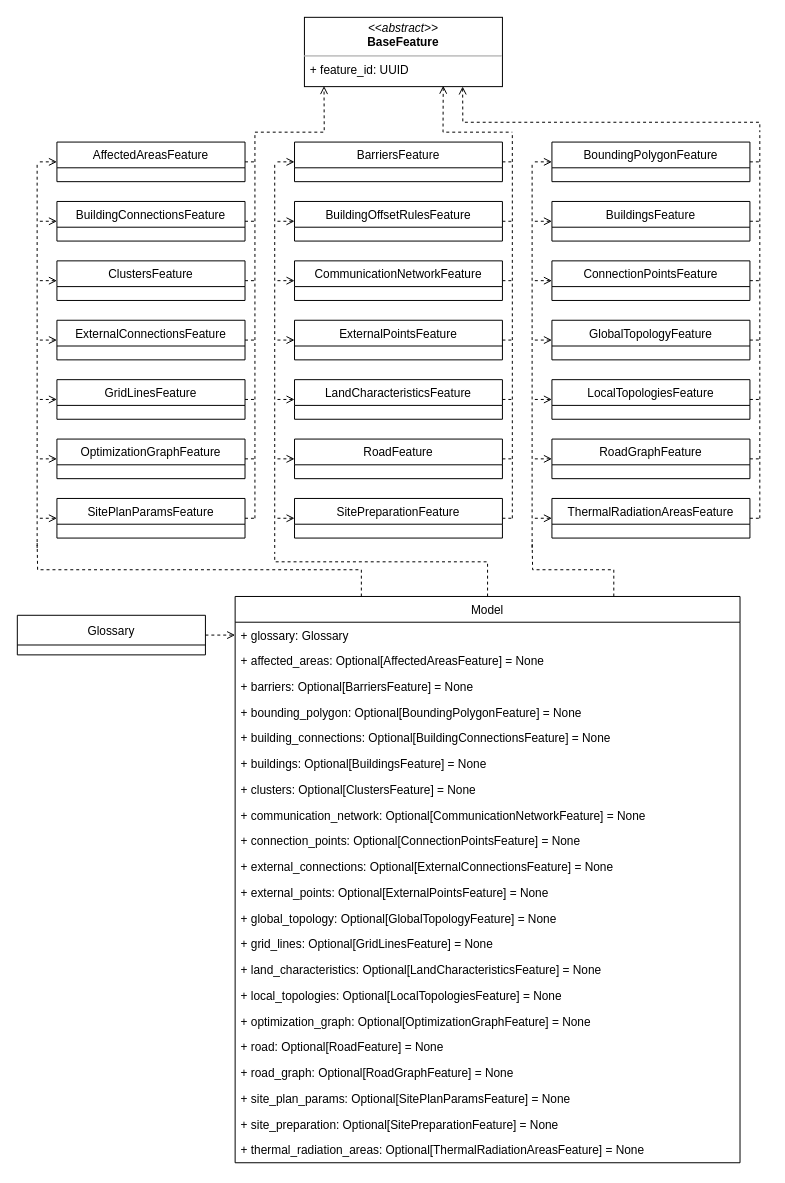
The draw.io diagram master/sources/diploma/implementation/diagrams/model/classes.drawio in stalker-fc/diploma, before the edit. Source tidied: cells renumbered, new cells numbered last; positions are measured from the earlier drawing's top-left corner, leaving out a move shared by most shapes. Both pictures are drawn from the tidied source at 99%, with x=0, y=0 at pixel (17, 17).
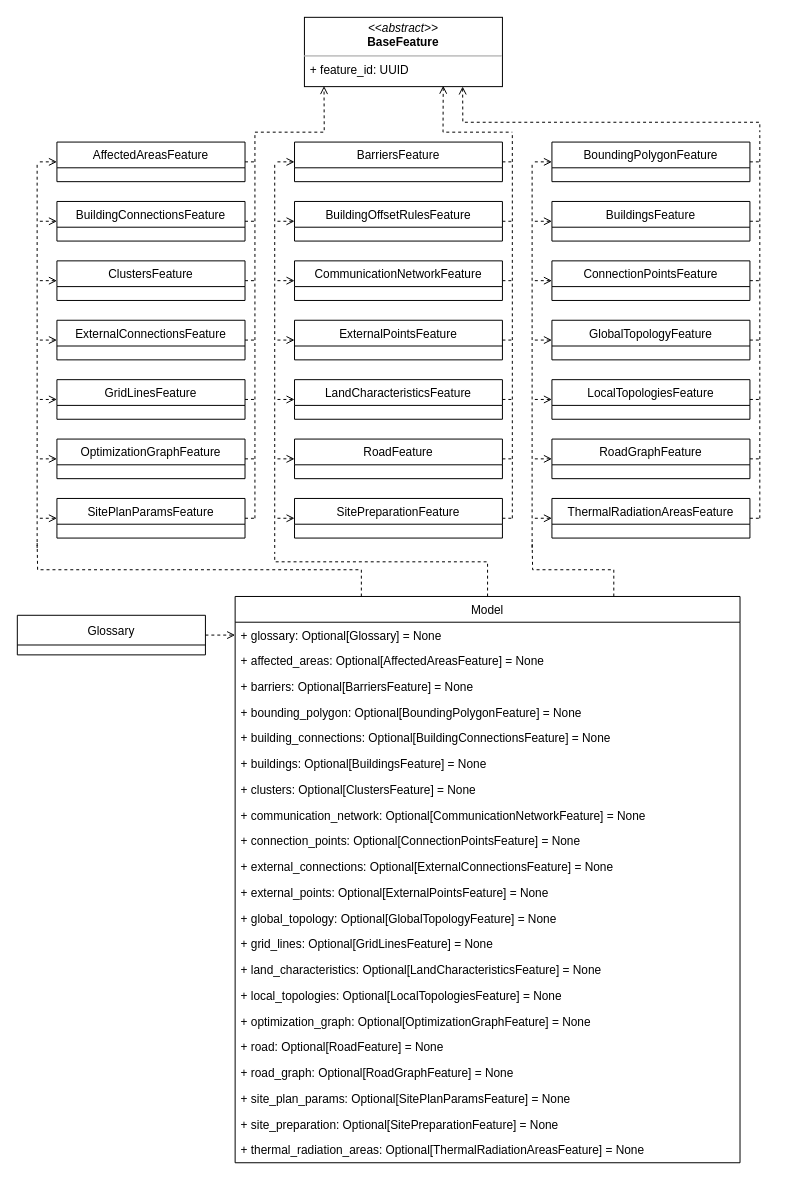
Above is the later version.

Unchanged cells that the change refers to:
```xml
<mxCell id="24" value="Model" style="swimlane;fontStyle=0;horizontal=1;startSize=26;fillColor=none;fontSize=12;" parent="1" vertex="1">
  <mxGeometry x="220" y="585" width="510" height="572" as="geometry" />
</mxCell>
```

The edit, as a diff of the source:
```diff
@@
-    <mxCell id="25" value="+ glossary: Glossary" style="text;strokeColor=none;fillColor=none;align=left;verticalAlign=top;spacingLeft=4;spacingRight=4;overflow=hidden;points=[[0,0.5],[1,0.5]];portConstraint=eastwest;fontSize=12;" parent="24" vertex="1">
+    <mxCell id="25" value="+ glossary: Optional[Glossary] = None" style="text;strokeColor=none;fillColor=none;align=left;verticalAlign=top;spacingLeft=4;spacingRight=4;overflow=hidden;points=[[0,0.5],[1,0.5]];portConstraint=eastwest;fontSize=12;" parent="24" vertex="1">
       <mxGeometry y="26" width="510" height="26" as="geometry" />
     </mxCell>
```
